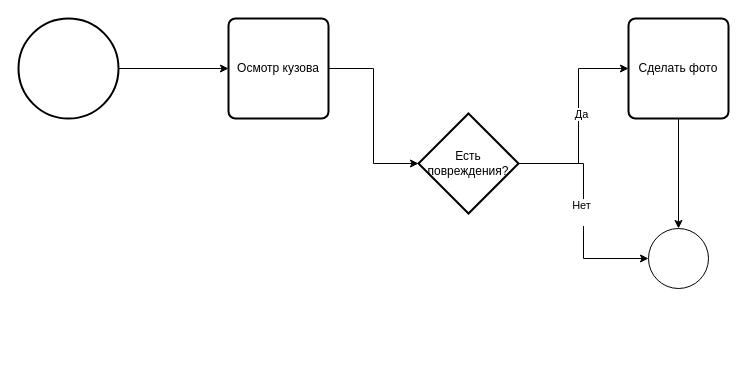
Above: lab1/diagrams/activity.drawio in Bakudzan/visual-programming-labs-Puzhuk (draw.io), before the change. Source tidied: cells renumbered, new cells numbered last; positions are measured from the earlier drawing's top-left corner, leaving out a move shared by most shapes. Both pictures are drawn from the tidied source at 100%, with x=0, y=0 at pixel (18, 18).
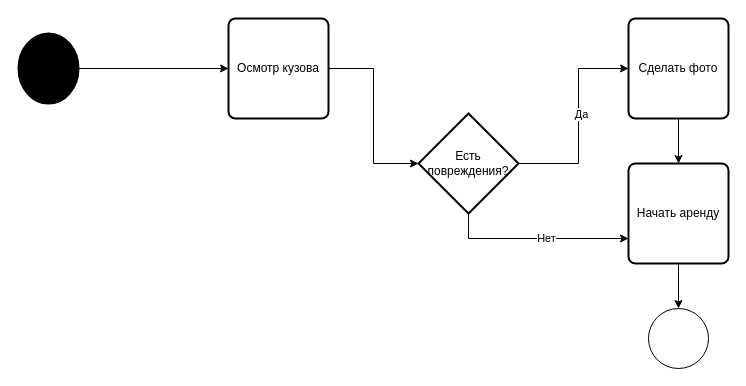
Above is the later version.

Commit message (it also covers changes not shown here):
Fix BPMN and UML diagrams logic

The edit, as a diff of the source:
```diff
@@
 <mxGraphModel>
   <root>
     <mxCell id="0" />
     <mxCell id="1" parent="0" />
     <mxCell id="2" style="edgeStyle=orthogonalEdgeStyle;rounded=0;jettySize=auto;html=1;" parent="1" edge="1" source="3" target="5">
       <mxGeometry relative="1" as="geometry" />
     </mxCell>
-    <mxCell id="3" style="strokeWidth=2;html=1;shape=mxgraph.flowchart.start_2;whiteSpace=wrap;" parent="1" vertex="1">
-      <mxGeometry width="100" height="100" as="geometry" />
+    <mxCell id="3" style="strokeWidth=2;html=1;shape=mxgraph.flowchart.start_2;whiteSpace=wrap;strokeColor=#000000;fillColor=#000000;" parent="1" vertex="1">
+      <mxGeometry y="15" width="60" height="70" as="geometry" />
     </mxCell>
     <mxCell id="4" style="edgeStyle=orthogonalEdgeStyle;rounded=0;jettySize=auto;html=1;" parent="1" edge="1" source="5" target="8">
       <mxGeometry relative="1" as="geometry" />
     </mxCell>
     <mxCell id="5" value="Осмотр кузова" style="rounded=1;whiteSpace=wrap;html=1;absoluteArcSize=1;arcSize=14;strokeWidth=2;" parent="1" vertex="1">
       <mxGeometry x="210" width="100" height="100" as="geometry" />
     </mxCell>
     <mxCell id="6" style="edgeStyle=orthogonalEdgeStyle;rounded=0;jettySize=auto;html=1;" parent="1" edge="1" source="8" target="10">
       <mxGeometry relative="1" as="geometry">
         <Array as="points">
           <mxPoint x="560" y="145" />
           <mxPoint x="560" y="50" />
         </Array>
       </mxGeometry>
     </mxCell>
     <mxCell id="7" value="Да" style="edgeLabel;html=1;align=center;verticalAlign=middle;" parent="6" vertex="1">
       <mxGeometry x="0.07" y="-2" relative="1" as="geometry" />
     </mxCell>
+    <mxCell id="14" style="edgeStyle=orthogonalEdgeStyle;rounded=0;jettySize=auto;html=1;exitX=0.5;exitY=1;exitDx=0;exitDy=0;exitPerimeter=0;entryX=0;entryY=0.75;entryDx=0;entryDy=0;" parent="1" edge="1" source="8" target="16">
+      <mxGeometry relative="1" as="geometry" />
+    </mxCell>
+    <mxCell id="13" value="Нет" style="edgeLabel;html=1;align=center;verticalAlign=middle;" parent="14" vertex="1">
+      <mxGeometry x="0.1" y="1" relative="1" as="geometry" />
+    </mxCell>
     <mxCell id="8" value="Есть повреждения?" style="strokeWidth=2;html=1;shape=mxgraph.flowchart.decision;whiteSpace=wrap;" parent="1" vertex="1">
       <mxGeometry x="400" y="95" width="100" height="100" as="geometry" />
     </mxCell>
-    <mxCell id="9" style="edgeStyle=orthogonalEdgeStyle;rounded=0;jettySize=auto;html=1;" parent="1" edge="1" source="10" target="11">
-      <mxGeometry relative="1" as="geometry" />
-    </mxCell>
+    <mxCell id="15" style="edgeStyle=orthogonalEdgeStyle;rounded=0;jettySize=auto;html=1;exitX=0.5;exitY=1;exitDx=0;exitDy=0;entryX=0.5;entryY=0;entryDx=0;entryDy=0;" parent="1" edge="1" source="10" target="16">
+      <mxGeometry relative="1" as="geometry" />
+    </mxCell>
     <mxCell id="10" value="Сделать фото" style="rounded=1;whiteSpace=wrap;html=1;absoluteArcSize=1;arcSize=14;strokeWidth=2;" parent="1" vertex="1">
       <mxGeometry x="610" width="100" height="100" as="geometry" />
     </mxCell>
     <mxCell id="11" style="verticalLabelPosition=bottom;verticalAlign=top;html=1;shape=mxgraph.flowchart.on-page_reference;" parent="1" vertex="1">
-      <mxGeometry x="630" y="210" width="60" height="60" as="geometry" />
+      <mxGeometry x="630" y="290" width="60" height="60" as="geometry" />
     </mxCell>
-    <mxCell id="12" style="edgeStyle=orthogonalEdgeStyle;rounded=0;jettySize=auto;html=1;entryX=0;entryY=0.5;entryDx=0;entryDy=0;entryPerimeter=0;" parent="1" edge="1" source="8" target="11">
-      <mxGeometry relative="1" as="geometry" />
-    </mxCell>
-    <mxCell id="13" value="Нет&lt;div&gt;&lt;br&gt;&lt;/div&gt;" style="edgeLabel;html=1;align=center;verticalAlign=middle;" parent="12" vertex="1">
-      <mxGeometry y="-3" relative="1" as="geometry" />
-    </mxCell>
+    <mxCell id="16" value="Начать аренду" style="rounded=1;whiteSpace=wrap;html=1;absoluteArcSize=1;arcSize=14;strokeWidth=2;" parent="1" vertex="1">
+      <mxGeometry x="610" y="145" width="100" height="100" as="geometry" />
+    </mxCell>
+    <mxCell id="17" style="edgeStyle=orthogonalEdgeStyle;rounded=0;jettySize=auto;html=1;exitX=0.5;exitY=1;exitDx=0;exitDy=0;entryX=0.5;entryY=0;entryDx=0;entryDy=0;entryPerimeter=0;" parent="1" edge="1" source="16" target="11">
+      <mxGeometry relative="1" as="geometry" />
+    </mxCell>
   </root>
 </mxGraphModel>
```
